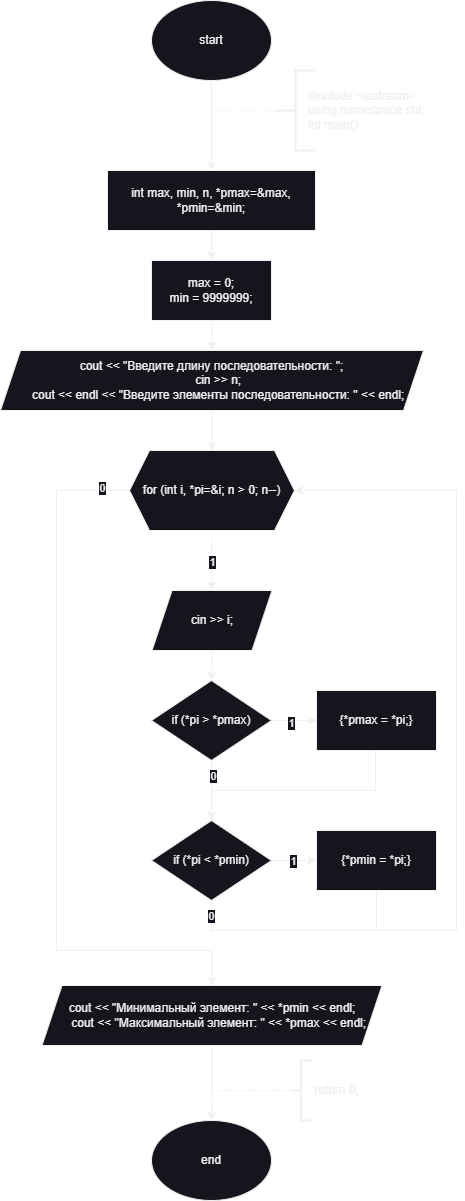
Before: Sem_1/pointer/4_pointer/4_pointer.drawio.png, a diagram exported from draw.io (SifsnEr/pstu). Source tidied: cells renumbered, new cells last; positions are measured from the earlier drawing's top-left corner, leaving out a move shared by most shapes. Its diagram source:
```xml
<mxGraphModel>
  <root>
    <mxCell id="0" />
    <mxCell id="1" parent="0" />
    <mxCell id="2" style="edgeStyle=orthogonalEdgeStyle;rounded=0;jettySize=auto;html=1;exitX=0.5;exitY=1;exitDx=0;exitDy=0;" parent="1" edge="1" source="3" target="5">
      <mxGeometry relative="1" as="geometry" />
    </mxCell>
    <mxCell id="3" value="start" style="ellipse;whiteSpace=wrap;html=1;" parent="1" vertex="1">
      <mxGeometry x="151" width="120" height="80" as="geometry" />
    </mxCell>
    <mxCell id="4" style="edgeStyle=orthogonalEdgeStyle;rounded=0;jettySize=auto;html=1;exitX=0.5;exitY=1;exitDx=0;exitDy=0;entryX=0.5;entryY=0;entryDx=0;entryDy=0;" parent="1" edge="1" source="5" target="16">
      <mxGeometry relative="1" as="geometry" />
    </mxCell>
    <mxCell id="5" value="int max, min, n, *pmax=&amp;amp;max, *pmin=&amp;amp;min;" style="rounded=0;whiteSpace=wrap;html=1;" parent="1" vertex="1">
      <mxGeometry x="107" y="170" width="208" height="60" as="geometry" />
    </mxCell>
    <mxCell id="6" style="strokeWidth=2;html=1;shape=mxgraph.flowchart.annotation_2;align=left;labelPosition=right;" parent="1" vertex="1">
      <mxGeometry x="275" y="70" width="40" height="80" as="geometry" />
    </mxCell>
    <mxCell id="7" style="endArrow=none;dashed=1;html=1;rounded=0;entryX=0;entryY=0.5;entryDx=0;entryDy=0;entryPerimeter=0;" parent="1" edge="1" target="6">
      <mxGeometry relative="1" as="geometry">
        <mxPoint x="216" y="110" as="sourcePoint" />
      </mxGeometry>
    </mxCell>
    <mxCell id="8" value="&lt;div&gt;#include &amp;lt;iostream&amp;gt;&lt;/div&gt;&lt;div&gt;using namespace std;&lt;/div&gt;&lt;div&gt;int main()&lt;/div&gt;" style="text;html=1;align=left;verticalAlign=middle;strokeColor=none;fillColor=none;" parent="1" vertex="1">
      <mxGeometry x="306" y="80" width="140" height="60" as="geometry" />
    </mxCell>
    <mxCell id="9" style="edgeStyle=orthogonalEdgeStyle;rounded=0;jettySize=auto;html=1;exitX=0.5;exitY=1;exitDx=0;exitDy=0;entryX=0.5;entryY=0;entryDx=0;entryDy=0;" parent="1" edge="1" source="10" target="23">
      <mxGeometry relative="1" as="geometry" />
    </mxCell>
    <mxCell id="10" value="&lt;div&gt;cout &amp;lt;&amp;lt; &quot;Введите длину последовательности: &quot;;&lt;/div&gt;&lt;div&gt;&amp;nbsp; &amp;nbsp; cin &amp;gt;&amp;gt; n;&lt;/div&gt;&lt;div&gt;&amp;nbsp; &amp;nbsp; cout &amp;lt;&amp;lt; endl &amp;lt;&amp;lt; &quot;Введите элементы последовательности: &quot; &amp;lt;&amp;lt; endl;&lt;/div&gt;" style="shape=parallelogram;perimeter=parallelogramPerimeter;whiteSpace=wrap;html=1;fixedSize=1;" parent="1" vertex="1">
      <mxGeometry y="350" width="423" height="60" as="geometry" />
    </mxCell>
    <mxCell id="11" value="end" style="ellipse;whiteSpace=wrap;html=1;" parent="1" vertex="1">
      <mxGeometry x="151" y="1120" width="120" height="80" as="geometry" />
    </mxCell>
    <mxCell id="12" style="strokeWidth=2;html=1;shape=mxgraph.flowchart.annotation_2;align=left;labelPosition=right;" parent="1" vertex="1">
      <mxGeometry x="290" y="1060" width="21" height="60" as="geometry" />
    </mxCell>
    <mxCell id="13" value="return 0;" style="text;html=1;align=center;verticalAlign=middle;strokeColor=none;fillColor=none;" parent="1" vertex="1">
      <mxGeometry x="301" y="1075" width="70" height="30" as="geometry" />
    </mxCell>
    <mxCell id="14" style="endArrow=none;dashed=1;html=1;rounded=0;entryX=0;entryY=0.5;entryDx=0;entryDy=0;entryPerimeter=0;" parent="1" edge="1" target="12">
      <mxGeometry relative="1" as="geometry">
        <mxPoint x="211" y="1090" as="sourcePoint" />
      </mxGeometry>
    </mxCell>
    <mxCell id="15" style="edgeStyle=orthogonalEdgeStyle;rounded=0;jettySize=auto;html=1;exitX=0.5;exitY=1;exitDx=0;exitDy=0;entryX=0.5;entryY=0;entryDx=0;entryDy=0;" parent="1" edge="1" source="16" target="10">
      <mxGeometry relative="1" as="geometry" />
    </mxCell>
    <mxCell id="16" value="max = 0;&lt;div&gt;min = 9999999;&lt;/div&gt;" style="rounded=0;whiteSpace=wrap;html=1;" parent="1" vertex="1">
      <mxGeometry x="151" y="260" width="120" height="60" as="geometry" />
    </mxCell>
    <mxCell id="17" style="edgeStyle=orthogonalEdgeStyle;rounded=0;jettySize=auto;html=1;exitX=0.5;exitY=1;exitDx=0;exitDy=0;" parent="1" edge="1" target="20">
      <mxGeometry relative="1" as="geometry">
        <mxPoint x="211" y="540" as="sourcePoint" />
      </mxGeometry>
    </mxCell>
    <mxCell id="18" value="1" style="edgeLabel;html=1;align=center;verticalAlign=middle;" parent="17" vertex="1">
      <mxGeometry x="-0.16" relative="1" as="geometry" />
    </mxCell>
    <mxCell id="19" style="edgeStyle=orthogonalEdgeStyle;rounded=0;jettySize=auto;html=1;exitX=0.5;exitY=1;exitDx=0;exitDy=0;entryX=0.5;entryY=0;entryDx=0;entryDy=0;" parent="1" edge="1" source="20" target="28">
      <mxGeometry relative="1" as="geometry" />
    </mxCell>
    <mxCell id="20" value="cin &amp;gt;&amp;gt; i;" style="shape=parallelogram;perimeter=parallelogramPerimeter;whiteSpace=wrap;html=1;fixedSize=1;" parent="1" vertex="1">
      <mxGeometry x="151.5" y="590" width="120" height="60" as="geometry" />
    </mxCell>
    <mxCell id="21" style="edgeStyle=orthogonalEdgeStyle;rounded=0;jettySize=auto;html=1;exitX=0;exitY=0.5;exitDx=0;exitDy=0;entryX=0.5;entryY=0;entryDx=0;entryDy=0;" parent="1" edge="1" source="23" target="39">
      <mxGeometry relative="1" as="geometry">
        <Array as="points">
          <mxPoint x="56" y="490" />
          <mxPoint x="56" y="950" />
          <mxPoint x="212" y="950" />
        </Array>
      </mxGeometry>
    </mxCell>
    <mxCell id="22" value="0" style="edgeLabel;html=1;align=center;verticalAlign=middle;" parent="21" vertex="1">
      <mxGeometry x="-0.92" y="-3" relative="1" as="geometry" />
    </mxCell>
    <mxCell id="23" value="for (int i, *pi=&amp;amp;i; n &amp;gt; 0; n--)" style="shape=hexagon;perimeter=hexagonPerimeter2;whiteSpace=wrap;html=1;fixedSize=1;" parent="1" vertex="1">
      <mxGeometry x="129" y="450" width="165" height="80" as="geometry" />
    </mxCell>
    <mxCell id="24" style="edgeStyle=orthogonalEdgeStyle;rounded=0;jettySize=auto;html=1;" parent="1" edge="1" source="28" target="30">
      <mxGeometry relative="1" as="geometry" />
    </mxCell>
    <mxCell id="25" value="1" style="edgeLabel;html=1;align=center;verticalAlign=middle;" parent="24" vertex="1">
      <mxGeometry x="-0.15" y="-2" relative="1" as="geometry" />
    </mxCell>
    <mxCell id="26" style="edgeStyle=orthogonalEdgeStyle;rounded=0;jettySize=auto;html=1;exitX=0.5;exitY=1;exitDx=0;exitDy=0;entryX=0.5;entryY=0;entryDx=0;entryDy=0;" parent="1" edge="1" source="28" target="35">
      <mxGeometry relative="1" as="geometry" />
    </mxCell>
    <mxCell id="27" value="0" style="edgeLabel;html=1;align=center;verticalAlign=middle;" parent="26" vertex="1">
      <mxGeometry x="-0.51" y="1" relative="1" as="geometry" />
    </mxCell>
    <mxCell id="28" value="if (*pi &amp;gt; *pmax)" style="rhombus;whiteSpace=wrap;html=1;" parent="1" vertex="1">
      <mxGeometry x="151" y="680" width="120" height="80" as="geometry" />
    </mxCell>
    <mxCell id="29" style="edgeStyle=orthogonalEdgeStyle;rounded=0;jettySize=auto;html=1;exitX=0.5;exitY=1;exitDx=0;exitDy=0;entryX=0.5;entryY=0;entryDx=0;entryDy=0;" parent="1" edge="1" source="30" target="35">
      <mxGeometry relative="1" as="geometry">
        <Array as="points">
          <mxPoint x="375" y="790" />
          <mxPoint x="211" y="790" />
        </Array>
      </mxGeometry>
    </mxCell>
    <mxCell id="30" value="{*pmax = *pi;}" style="rounded=0;whiteSpace=wrap;html=1;" parent="1" vertex="1">
      <mxGeometry x="316" y="690" width="120" height="60" as="geometry" />
    </mxCell>
    <mxCell id="31" style="edgeStyle=orthogonalEdgeStyle;rounded=0;jettySize=auto;html=1;" parent="1" edge="1" source="35" target="37">
      <mxGeometry relative="1" as="geometry" />
    </mxCell>
    <mxCell id="32" value="1" style="edgeLabel;html=1;align=center;verticalAlign=middle;" parent="31" vertex="1">
      <mxGeometry x="-0.08" relative="1" as="geometry" />
    </mxCell>
    <mxCell id="33" style="edgeStyle=orthogonalEdgeStyle;rounded=0;jettySize=auto;html=1;exitX=0.5;exitY=1;exitDx=0;exitDy=0;entryX=1;entryY=0.5;entryDx=0;entryDy=0;" parent="1" edge="1" source="35" target="23">
      <mxGeometry relative="1" as="geometry">
        <Array as="points">
          <mxPoint x="211" y="930" />
          <mxPoint x="456" y="930" />
          <mxPoint x="456" y="490" />
        </Array>
      </mxGeometry>
    </mxCell>
    <mxCell id="34" value="0" style="edgeLabel;html=1;align=center;verticalAlign=middle;" parent="33" vertex="1">
      <mxGeometry x="-0.97" y="-1" relative="1" as="geometry" />
    </mxCell>
    <mxCell id="35" value="if (*pi &lt; *pmin)" style="rhombus;whiteSpace=wrap;html=1;" parent="1" vertex="1">
      <mxGeometry x="151" y="820" width="120" height="80" as="geometry" />
    </mxCell>
    <mxCell id="36" style="edgeStyle=orthogonalEdgeStyle;rounded=0;jettySize=auto;html=1;exitX=0.5;exitY=1;exitDx=0;exitDy=0;entryX=1;entryY=0.5;entryDx=0;entryDy=0;" parent="1" edge="1" source="37" target="23">
      <mxGeometry relative="1" as="geometry">
        <Array as="points">
          <mxPoint x="376" y="930" />
          <mxPoint x="456" y="930" />
          <mxPoint x="456" y="490" />
        </Array>
      </mxGeometry>
    </mxCell>
    <mxCell id="37" value="{*pmin = *pi;}" style="rounded=0;whiteSpace=wrap;html=1;" parent="1" vertex="1">
      <mxGeometry x="316" y="830" width="120" height="60" as="geometry" />
    </mxCell>
    <mxCell id="38" style="edgeStyle=orthogonalEdgeStyle;rounded=0;jettySize=auto;html=1;" parent="1" edge="1" source="39" target="11">
      <mxGeometry relative="1" as="geometry" />
    </mxCell>
    <mxCell id="39" value="cout &lt;&lt; &quot;Минимальный элемент: &quot; &lt;&lt; *pmin &lt;&lt; endl;&#10;    cout &lt;&lt; &quot;Максимальный элемент: &quot; &lt;&lt; *pmax &lt;&lt; endl;" style="shape=parallelogram;perimeter=parallelogramPerimeter;whiteSpace=wrap;html=1;fixedSize=1;" parent="1" vertex="1">
      <mxGeometry x="41.5" y="985" width="340" height="60" as="geometry" />
    </mxCell>
  </root>
</mxGraphModel>
```
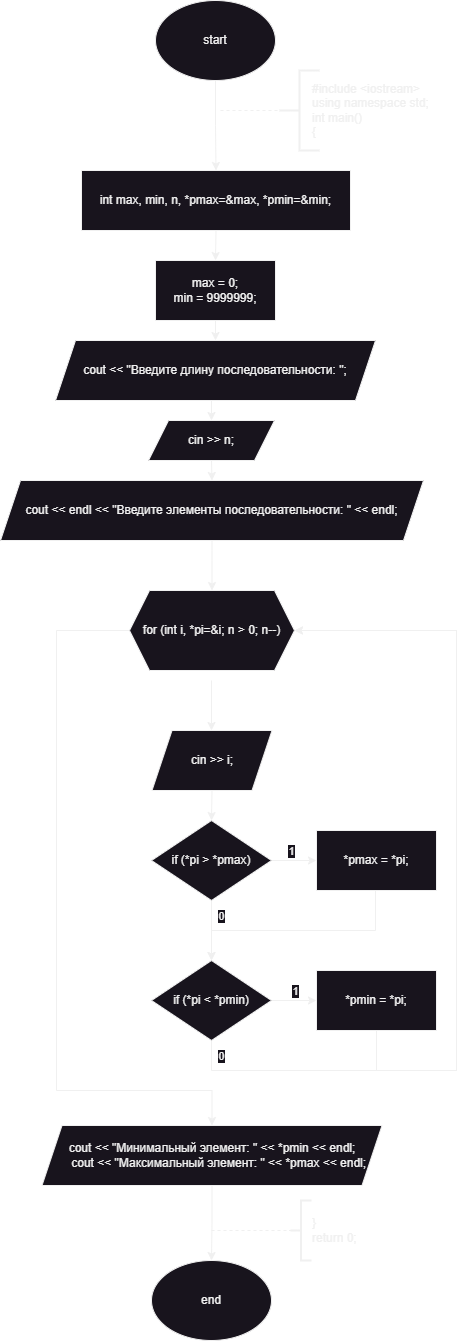
After the change.

Change to the diagram source:
```diff
@@ -6,30 +6,30 @@
       <mxGeometry relative="1" as="geometry" />
     </mxCell>
     <mxCell id="3" value="start" style="ellipse;whiteSpace=wrap;html=1;" parent="1" vertex="1">
-      <mxGeometry x="151" width="120" height="80" as="geometry" />
+      <mxGeometry x="155" y="-140" width="120" height="80" as="geometry" />
     </mxCell>
     <mxCell id="4" style="edgeStyle=orthogonalEdgeStyle;rounded=0;jettySize=auto;html=1;exitX=0.5;exitY=1;exitDx=0;exitDy=0;entryX=0.5;entryY=0;entryDx=0;entryDy=0;" parent="1" edge="1" source="5" target="16">
       <mxGeometry relative="1" as="geometry" />
     </mxCell>
     <mxCell id="5" value="int max, min, n, *pmax=&amp;amp;max, *pmin=&amp;amp;min;" style="rounded=0;whiteSpace=wrap;html=1;" parent="1" vertex="1">
-      <mxGeometry x="107" y="170" width="208" height="60" as="geometry" />
+      <mxGeometry x="81" y="30" width="269" height="60" as="geometry" />
     </mxCell>
     <mxCell id="6" style="strokeWidth=2;html=1;shape=mxgraph.flowchart.annotation_2;align=left;labelPosition=right;" parent="1" vertex="1">
-      <mxGeometry x="275" y="70" width="40" height="80" as="geometry" />
+      <mxGeometry x="279" y="-70" width="40" height="80" as="geometry" />
     </mxCell>
     <mxCell id="7" style="endArrow=none;dashed=1;html=1;rounded=0;entryX=0;entryY=0.5;entryDx=0;entryDy=0;entryPerimeter=0;" parent="1" edge="1" target="6">
       <mxGeometry relative="1" as="geometry">
-        <mxPoint x="216" y="110" as="sourcePoint" />
+        <mxPoint x="220" y="-30" as="sourcePoint" />
       </mxGeometry>
     </mxCell>
-    <mxCell id="8" value="&lt;div&gt;#include &amp;lt;iostream&amp;gt;&lt;/div&gt;&lt;div&gt;using namespace std;&lt;/div&gt;&lt;div&gt;int main()&lt;/div&gt;" style="text;html=1;align=left;verticalAlign=middle;strokeColor=none;fillColor=none;" parent="1" vertex="1">
-      <mxGeometry x="306" y="80" width="140" height="60" as="geometry" />
+    <mxCell id="8" value="&lt;div&gt;#include &amp;lt;iostream&amp;gt;&lt;/div&gt;&lt;div&gt;using namespace std;&lt;/div&gt;&lt;div&gt;int main()&lt;/div&gt;&lt;div&gt;{&lt;/div&gt;" style="text;html=1;align=left;verticalAlign=middle;strokeColor=none;fillColor=none;" parent="1" vertex="1">
+      <mxGeometry x="310" y="-65" width="140" height="70" as="geometry" />
     </mxCell>
     <mxCell id="9" style="edgeStyle=orthogonalEdgeStyle;rounded=0;jettySize=auto;html=1;exitX=0.5;exitY=1;exitDx=0;exitDy=0;entryX=0.5;entryY=0;entryDx=0;entryDy=0;" parent="1" edge="1" source="10" target="23">
       <mxGeometry relative="1" as="geometry" />
     </mxCell>
-    <mxCell id="10" value="&lt;div&gt;cout &amp;lt;&amp;lt; &quot;Введите длину последовательности: &quot;;&lt;/div&gt;&lt;div&gt;&amp;nbsp; &amp;nbsp; cin &amp;gt;&amp;gt; n;&lt;/div&gt;&lt;div&gt;&amp;nbsp; &amp;nbsp; cout &amp;lt;&amp;lt; endl &amp;lt;&amp;lt; &quot;Введите элементы последовательности: &quot; &amp;lt;&amp;lt; endl;&lt;/div&gt;" style="shape=parallelogram;perimeter=parallelogramPerimeter;whiteSpace=wrap;html=1;fixedSize=1;" parent="1" vertex="1">
-      <mxGeometry y="350" width="423" height="60" as="geometry" />
+    <mxCell id="10" value="cout &amp;lt;&amp;lt; endl &amp;lt;&amp;lt; &quot;Введите элементы последовательности: &quot; &amp;lt;&amp;lt; endl;" style="shape=parallelogram;perimeter=parallelogramPerimeter;whiteSpace=wrap;html=1;fixedSize=1;" parent="1" vertex="1">
+      <mxGeometry y="340" width="423" height="60" as="geometry" />
     </mxCell>
     <mxCell id="11" value="end" style="ellipse;whiteSpace=wrap;html=1;" parent="1" vertex="1">
       <mxGeometry x="151" y="1120" width="120" height="80" as="geometry" />
@@ -37,28 +37,25 @@
     <mxCell id="12" style="strokeWidth=2;html=1;shape=mxgraph.flowchart.annotation_2;align=left;labelPosition=right;" parent="1" vertex="1">
       <mxGeometry x="290" y="1060" width="21" height="60" as="geometry" />
     </mxCell>
-    <mxCell id="13" value="return 0;" style="text;html=1;align=center;verticalAlign=middle;strokeColor=none;fillColor=none;" parent="1" vertex="1">
-      <mxGeometry x="301" y="1075" width="70" height="30" as="geometry" />
+    <mxCell id="13" value="&lt;div&gt;}&lt;/div&gt;return 0;" style="text;html=1;align=left;verticalAlign=middle;strokeColor=none;fillColor=none;" parent="1" vertex="1">
+      <mxGeometry x="310" y="1070" width="70" height="40" as="geometry" />
     </mxCell>
     <mxCell id="14" style="endArrow=none;dashed=1;html=1;rounded=0;entryX=0;entryY=0.5;entryDx=0;entryDy=0;entryPerimeter=0;" parent="1" edge="1" target="12">
       <mxGeometry relative="1" as="geometry">
         <mxPoint x="211" y="1090" as="sourcePoint" />
       </mxGeometry>
     </mxCell>
-    <mxCell id="15" style="edgeStyle=orthogonalEdgeStyle;rounded=0;jettySize=auto;html=1;exitX=0.5;exitY=1;exitDx=0;exitDy=0;entryX=0.5;entryY=0;entryDx=0;entryDy=0;" parent="1" edge="1" source="16" target="10">
-      <mxGeometry relative="1" as="geometry" />
-    </mxCell>
+    <mxCell id="40" style="edgeStyle=orthogonalEdgeStyle;rounded=0;jettySize=auto;html=1;exitX=0.5;exitY=1;exitDx=0;exitDy=0;entryX=0.5;entryY=0;entryDx=0;entryDy=0;" parent="1" edge="1" source="16" target="42">
+      <mxGeometry relative="1" as="geometry" />
+    </mxCell>
     <mxCell id="16" value="max = 0;&lt;div&gt;min = 9999999;&lt;/div&gt;" style="rounded=0;whiteSpace=wrap;html=1;" parent="1" vertex="1">
-      <mxGeometry x="151" y="260" width="120" height="60" as="geometry" />
+      <mxGeometry x="155" y="120" width="120" height="60" as="geometry" />
     </mxCell>
     <mxCell id="17" style="edgeStyle=orthogonalEdgeStyle;rounded=0;jettySize=auto;html=1;exitX=0.5;exitY=1;exitDx=0;exitDy=0;" parent="1" edge="1" target="20">
       <mxGeometry relative="1" as="geometry">
         <mxPoint x="211" y="540" as="sourcePoint" />
       </mxGeometry>
     </mxCell>
-    <mxCell id="18" value="1" style="edgeLabel;html=1;align=center;verticalAlign=middle;" parent="17" vertex="1">
-      <mxGeometry x="-0.16" relative="1" as="geometry" />
-    </mxCell>
     <mxCell id="19" style="edgeStyle=orthogonalEdgeStyle;rounded=0;jettySize=auto;html=1;exitX=0.5;exitY=1;exitDx=0;exitDy=0;entryX=0.5;entryY=0;entryDx=0;entryDy=0;" parent="1" edge="1" source="20" target="28">
       <mxGeometry relative="1" as="geometry" />
     </mxCell>
@@ -74,9 +71,6 @@
         </Array>
       </mxGeometry>
     </mxCell>
-    <mxCell id="22" value="0" style="edgeLabel;html=1;align=center;verticalAlign=middle;" parent="21" vertex="1">
-      <mxGeometry x="-0.92" y="-3" relative="1" as="geometry" />
-    </mxCell>
     <mxCell id="23" value="for (int i, *pi=&amp;amp;i; n &amp;gt; 0; n--)" style="shape=hexagon;perimeter=hexagonPerimeter2;whiteSpace=wrap;html=1;fixedSize=1;" parent="1" vertex="1">
       <mxGeometry x="129" y="450" width="165" height="80" as="geometry" />
     </mxCell>
@@ -84,13 +78,17 @@
       <mxGeometry relative="1" as="geometry" />
     </mxCell>
     <mxCell id="25" value="1" style="edgeLabel;html=1;align=center;verticalAlign=middle;" parent="24" vertex="1">
-      <mxGeometry x="-0.15" y="-2" relative="1" as="geometry" />
+      <mxGeometry x="-0.15" y="-2" relative="1" as="geometry">
+        <mxPoint y="-12" as="offset" />
+      </mxGeometry>
     </mxCell>
     <mxCell id="26" style="edgeStyle=orthogonalEdgeStyle;rounded=0;jettySize=auto;html=1;exitX=0.5;exitY=1;exitDx=0;exitDy=0;entryX=0.5;entryY=0;entryDx=0;entryDy=0;" parent="1" edge="1" source="28" target="35">
       <mxGeometry relative="1" as="geometry" />
     </mxCell>
     <mxCell id="27" value="0" style="edgeLabel;html=1;align=center;verticalAlign=middle;" parent="26" vertex="1">
-      <mxGeometry x="-0.51" y="1" relative="1" as="geometry" />
+      <mxGeometry x="-0.51" y="1" relative="1" as="geometry">
+        <mxPoint x="8" as="offset" />
+      </mxGeometry>
     </mxCell>
     <mxCell id="28" value="if (*pi &amp;gt; *pmax)" style="rhombus;whiteSpace=wrap;html=1;" parent="1" vertex="1">
       <mxGeometry x="151" y="680" width="120" height="80" as="geometry" />
@@ -103,14 +101,16 @@
         </Array>
       </mxGeometry>
     </mxCell>
-    <mxCell id="30" value="{*pmax = *pi;}" style="rounded=0;whiteSpace=wrap;html=1;" parent="1" vertex="1">
+    <mxCell id="30" value="*pmax = *pi;" style="rounded=0;whiteSpace=wrap;html=1;" parent="1" vertex="1">
       <mxGeometry x="316" y="690" width="120" height="60" as="geometry" />
     </mxCell>
     <mxCell id="31" style="edgeStyle=orthogonalEdgeStyle;rounded=0;jettySize=auto;html=1;" parent="1" edge="1" source="35" target="37">
       <mxGeometry relative="1" as="geometry" />
     </mxCell>
     <mxCell id="32" value="1" style="edgeLabel;html=1;align=center;verticalAlign=middle;" parent="31" vertex="1">
-      <mxGeometry x="-0.08" relative="1" as="geometry" />
+      <mxGeometry x="-0.08" relative="1" as="geometry">
+        <mxPoint x="2" y="-10" as="offset" />
+      </mxGeometry>
     </mxCell>
     <mxCell id="33" style="edgeStyle=orthogonalEdgeStyle;rounded=0;jettySize=auto;html=1;exitX=0.5;exitY=1;exitDx=0;exitDy=0;entryX=1;entryY=0.5;entryDx=0;entryDy=0;" parent="1" edge="1" source="35" target="23">
       <mxGeometry relative="1" as="geometry">
@@ -122,7 +122,9 @@
       </mxGeometry>
     </mxCell>
     <mxCell id="34" value="0" style="edgeLabel;html=1;align=center;verticalAlign=middle;" parent="33" vertex="1">
-      <mxGeometry x="-0.97" y="-1" relative="1" as="geometry" />
+      <mxGeometry x="-0.97" y="-1" relative="1" as="geometry">
+        <mxPoint x="10" as="offset" />
+      </mxGeometry>
     </mxCell>
     <mxCell id="35" value="if (*pi &lt; *pmin)" style="rhombus;whiteSpace=wrap;html=1;" parent="1" vertex="1">
       <mxGeometry x="151" y="820" width="120" height="80" as="geometry" />
@@ -136,7 +138,7 @@
         </Array>
       </mxGeometry>
     </mxCell>
-    <mxCell id="37" value="{*pmin = *pi;}" style="rounded=0;whiteSpace=wrap;html=1;" parent="1" vertex="1">
+    <mxCell id="37" value="*pmin = *pi;" style="rounded=0;whiteSpace=wrap;html=1;" parent="1" vertex="1">
       <mxGeometry x="316" y="830" width="120" height="60" as="geometry" />
     </mxCell>
     <mxCell id="38" style="edgeStyle=orthogonalEdgeStyle;rounded=0;jettySize=auto;html=1;" parent="1" edge="1" source="39" target="11">
@@ -145,5 +147,17 @@
     <mxCell id="39" value="cout &lt;&lt; &quot;Минимальный элемент: &quot; &lt;&lt; *pmin &lt;&lt; endl;&#10;    cout &lt;&lt; &quot;Максимальный элемент: &quot; &lt;&lt; *pmax &lt;&lt; endl;" style="shape=parallelogram;perimeter=parallelogramPerimeter;whiteSpace=wrap;html=1;fixedSize=1;" parent="1" vertex="1">
       <mxGeometry x="41.5" y="985" width="340" height="60" as="geometry" />
     </mxCell>
+    <mxCell id="41" style="edgeStyle=orthogonalEdgeStyle;rounded=0;jettySize=auto;html=1;exitX=0.5;exitY=1;exitDx=0;exitDy=0;entryX=0.5;entryY=0;entryDx=0;entryDy=0;" parent="1" edge="1" source="42" target="44">
+      <mxGeometry relative="1" as="geometry" />
+    </mxCell>
+    <mxCell id="42" value="cout &amp;lt;&amp;lt; &quot;Введите длину последовательности: &quot;;" style="shape=parallelogram;perimeter=parallelogramPerimeter;whiteSpace=wrap;html=1;fixedSize=1;" parent="1" vertex="1">
+      <mxGeometry x="55" y="200" width="320" height="60" as="geometry" />
+    </mxCell>
+    <mxCell id="43" style="edgeStyle=orthogonalEdgeStyle;rounded=0;jettySize=auto;html=1;exitX=0.5;exitY=1;exitDx=0;exitDy=0;entryX=0.5;entryY=0;entryDx=0;entryDy=0;" parent="1" edge="1" source="44" target="10">
+      <mxGeometry relative="1" as="geometry" />
+    </mxCell>
+    <mxCell id="44" value="cin &amp;gt;&amp;gt; n;" style="shape=parallelogram;perimeter=parallelogramPerimeter;whiteSpace=wrap;html=1;fixedSize=1;" parent="1" vertex="1">
+      <mxGeometry x="148" y="280" width="126" height="40" as="geometry" />
+    </mxCell>
   </root>
 </mxGraphModel>
```
